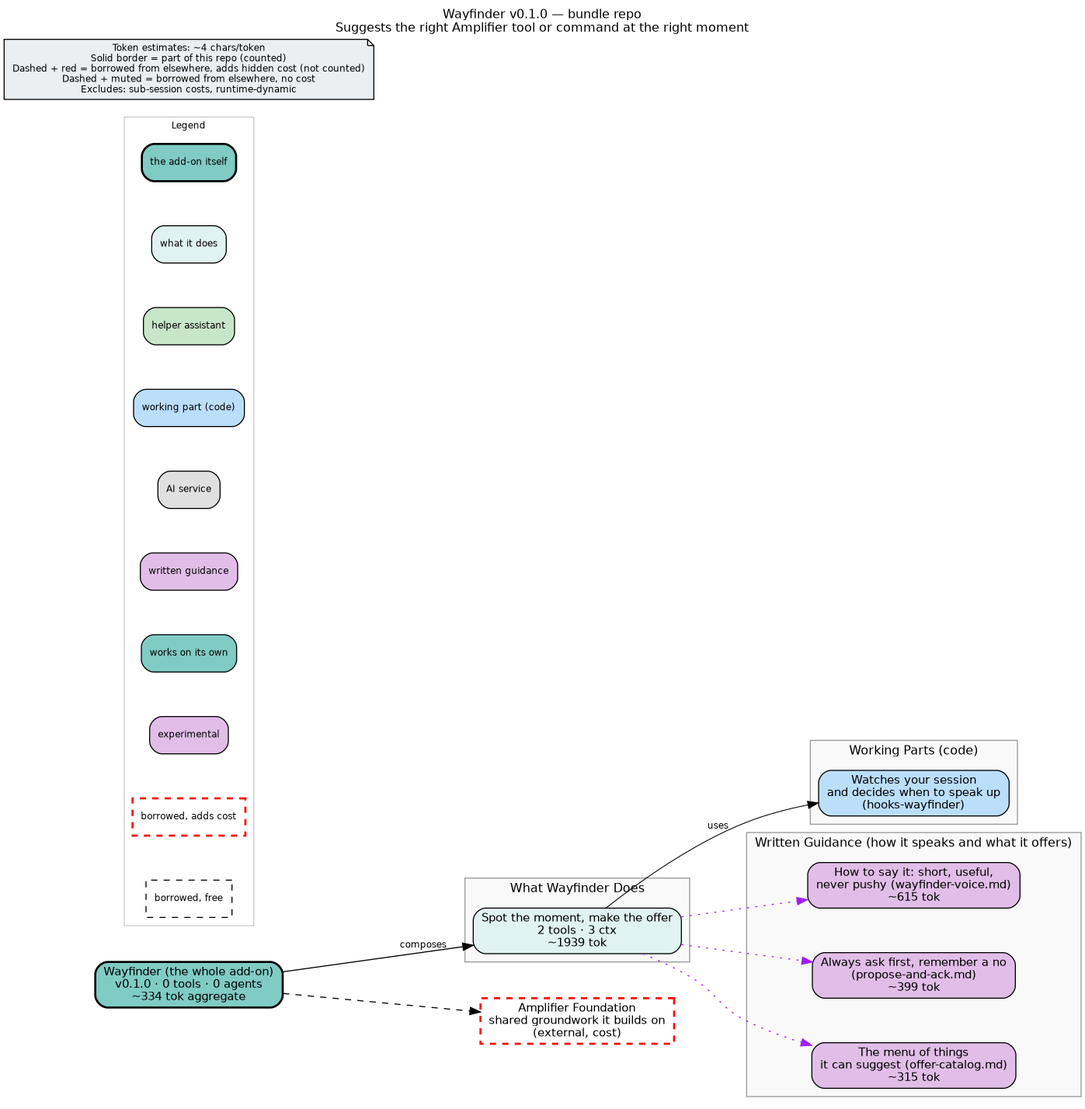
Before: bundle.png, a diagram exported from Graphviz (microsoft/amplifier-bundle-wayfinder). Its source is kept beside it as bundle.dot.
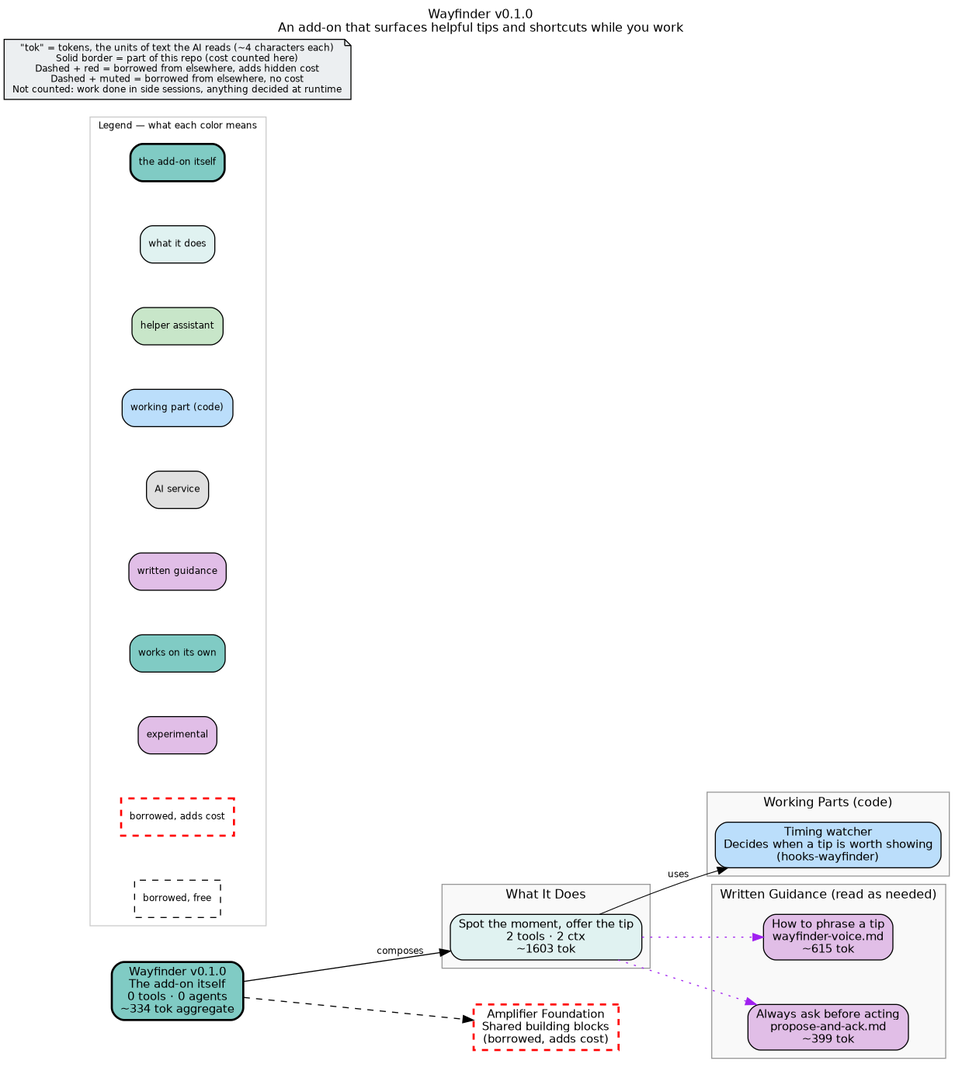
Above is the later version.

Commit message:
chore: regenerate bundle.dot/png (drop deleted offer-catalog node)

validate-bundle-repo flagged bundle.dot stale — it still declared a context node
+ edge for context/offer-catalog.md, deleted in 7c4bd70. Regenerated: behavior
now shows 2 ctx (wayfinder-voice ~615, propose-and-ack ~399), no offer-catalog.

🤖 Generated with [Amplifier](https://github.com/microsoft/amplifier)

The edit, as a diff of the source:
```diff
@@ -2,26 +2,26 @@
     rankdir=LR
     fontname="Helvetica"
     fontsize=12
-    label="Wayfinder v0.1.0 — bundle repo\nSuggests the right Amplifier tool or command at the right moment"
+    label="Wayfinder v0.1.0\nAn add-on that surfaces helpful tips and shortcuts while you work"
     labelloc=t
     labeljust=c
     nodesep=0.6
     ranksep=0.7
     bgcolor="white"
-    source_hash="e686cecf738d25d69beb2015d43be181ed2ec23d92677c2cc8165c98bd6f9f58"
+    source_hash="67113c69d837dc6c6e8e61ea4911631b4cb0100696ac3a0332414c0d6e0aad34"
 
     node [fontname="Helvetica", fontsize=11, style="filled,rounded"]
     edge [fontname="Helvetica", fontsize=9]
 
-    root_wayfinder [label="Wayfinder (the whole add-on)\nv0.1.0 · 0 tools · 0 agents\n~334 tok aggregate", shape=box, fillcolor="#80cbc4", style="filled,rounded,bold", penwidth=2]
+    root_wayfinder [label="Wayfinder v0.1.0\nThe add-on itself\n0 tools · 0 agents\n~334 tok aggregate", shape=box, fillcolor="#80cbc4", style="filled,rounded,bold", penwidth=2]
 
     subgraph cluster_behaviors {
-        label="What Wayfinder Does"
+        label="What It Does"
         style="filled"
         fillcolor="#f9f9f9"
         color="#999999"
 
-        beh_wayfinder_behavior [label="Spot the moment, make the offer\n2 tools · 3 ctx\n~1939 tok", shape=box, fillcolor="#e0f2f1", style="filled,rounded"]
+        beh_wayfinder_behavior [label="Spot the moment, offer the tip\n2 tools · 2 ctx\n~1603 tok", shape=box, fillcolor="#e0f2f1", style="filled,rounded"]
     }
 
     subgraph cluster_modules {
@@ -30,22 +30,21 @@
         fillcolor="#f9f9f9"
         color="#999999"
 
-        mod_hooks_wayfinder [label="Watches your session\nand decides when to speak up\n(hooks-wayfinder)", shape=box, fillcolor="#bbdefb", style="filled,rounded"]
+        mod_hooks_wayfinder [label="Timing watcher\nDecides when a tip is worth showing\n(hooks-wayfinder)", shape=box, fillcolor="#bbdefb", style="filled,rounded"]
     }
 
     subgraph cluster_context {
-        label="Written Guidance (how it speaks and what it offers)"
+        label="Written Guidance (read as needed)"
         style="filled"
         fillcolor="#f9f9f9"
         color="#999999"
 
-        ctx_wayfinder_voice_md [label="How to say it: short, useful,\nnever pushy (wayfinder-voice.md)\n~615 tok", shape=box, fillcolor="#e1bee7", style="filled,rounded"]
-        ctx_propose_and_ack_md [label="Always ask first, remember a no\n(propose-and-ack.md)\n~399 tok", shape=box, fillcolor="#e1bee7", style="filled,rounded"]
-        ctx_offer_catalog_md [label="The menu of things\nit can suggest (offer-catalog.md)\n~315 tok", shape=box, fillcolor="#e1bee7", style="filled,rounded"]
+        ctx_wayfinder_voice_md [label="How to phrase a tip\nwayfinder-voice.md\n~615 tok", shape=box, fillcolor="#e1bee7", style="filled,rounded"]
+        ctx_propose_and_ack_md [label="Always ask before acting\npropose-and-ack.md\n~399 tok", shape=box, fillcolor="#e1bee7", style="filled,rounded"]
     }
 
     subgraph cluster_legend {
-        label="Legend"
+        label="Legend — what each color means"
         style="filled"
         fillcolor="white"
         color="#cccccc"
@@ -63,14 +62,13 @@
         leg_ext_muted [label="borrowed, free", shape=box, fillcolor="#f5f5f5", style="dashed", fontsize=9]
     }
 
-    disclaimer [label="Token estimates: ~4 chars/token\nSolid border = part of this repo (counted)\nDashed + red = borrowed from elsewhere, adds hidden cost (not counted)\nDashed + muted = borrowed from elsewhere, no cost\nExcludes: sub-session costs, runtime-dynamic", shape=note, fillcolor="#eceff1", style="filled", fontsize=9]
+    disclaimer [label="\"tok\" = tokens, the units of text the AI reads (~4 characters each)\nSolid border = part of this repo (cost counted here)\nDashed + red = borrowed from elsewhere, adds hidden cost\nDashed + muted = borrowed from elsewhere, no cost\nNot counted: work done in side sessions, anything decided at runtime", shape=note, fillcolor="#eceff1", style="filled", fontsize=9]
 
-    ext_githttps___github_com_microsoft_amplifier_foundation_main [label="Amplifier Foundation\nshared groundwork it builds on\n(external, cost)", shape=box, fillcolor="#80cbc4", style="dashed", color="red", penwidth=2]
+    ext_githttps___github_com_microsoft_amplifier_foundation_main [label="Amplifier Foundation\nShared building blocks\n(borrowed, adds cost)", shape=box, fillcolor="#80cbc4", style="dashed", color="red", penwidth=2]
 
     root_wayfinder -> ext_githttps___github_com_microsoft_amplifier_foundation_main [style=dashed]
     root_wayfinder -> beh_wayfinder_behavior [label="composes"]
     beh_wayfinder_behavior -> mod_hooks_wayfinder [label="uses", penwidth=0.8]
     beh_wayfinder_behavior -> ctx_wayfinder_voice_md [style=dotted, color=purple]
     beh_wayfinder_behavior -> ctx_propose_and_ack_md [style=dotted, color=purple]
-    beh_wayfinder_behavior -> ctx_offer_catalog_md [style=dotted, color=purple]
 }
```
